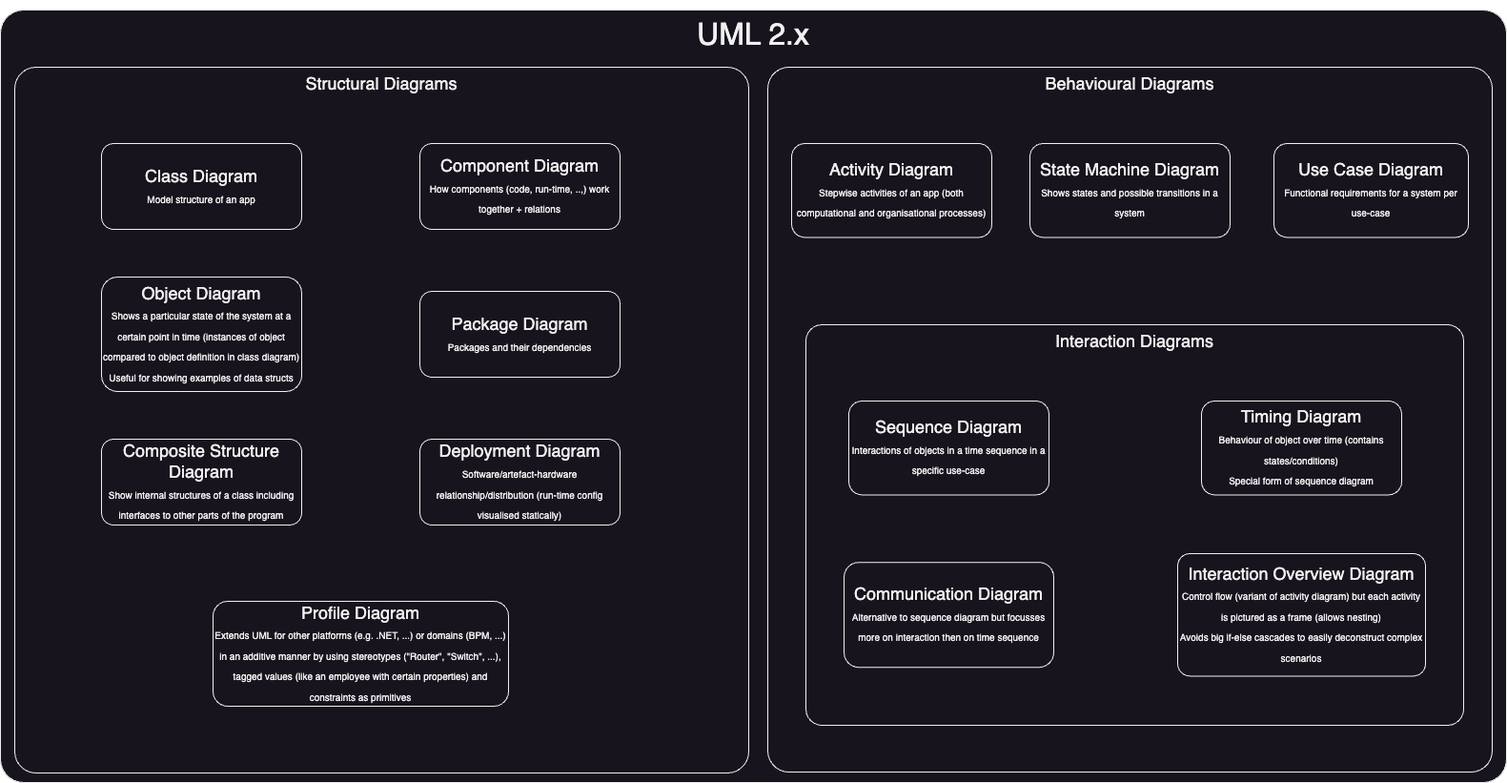
The draw.io diagram images/uml/uml-diagram-types.png in TeamFlowerPower/kb, before a commit. Source tidied: cells renumbered, new cells last; positions are measured from the earlier drawing's top-left corner, leaving out a move shared by most shapes.
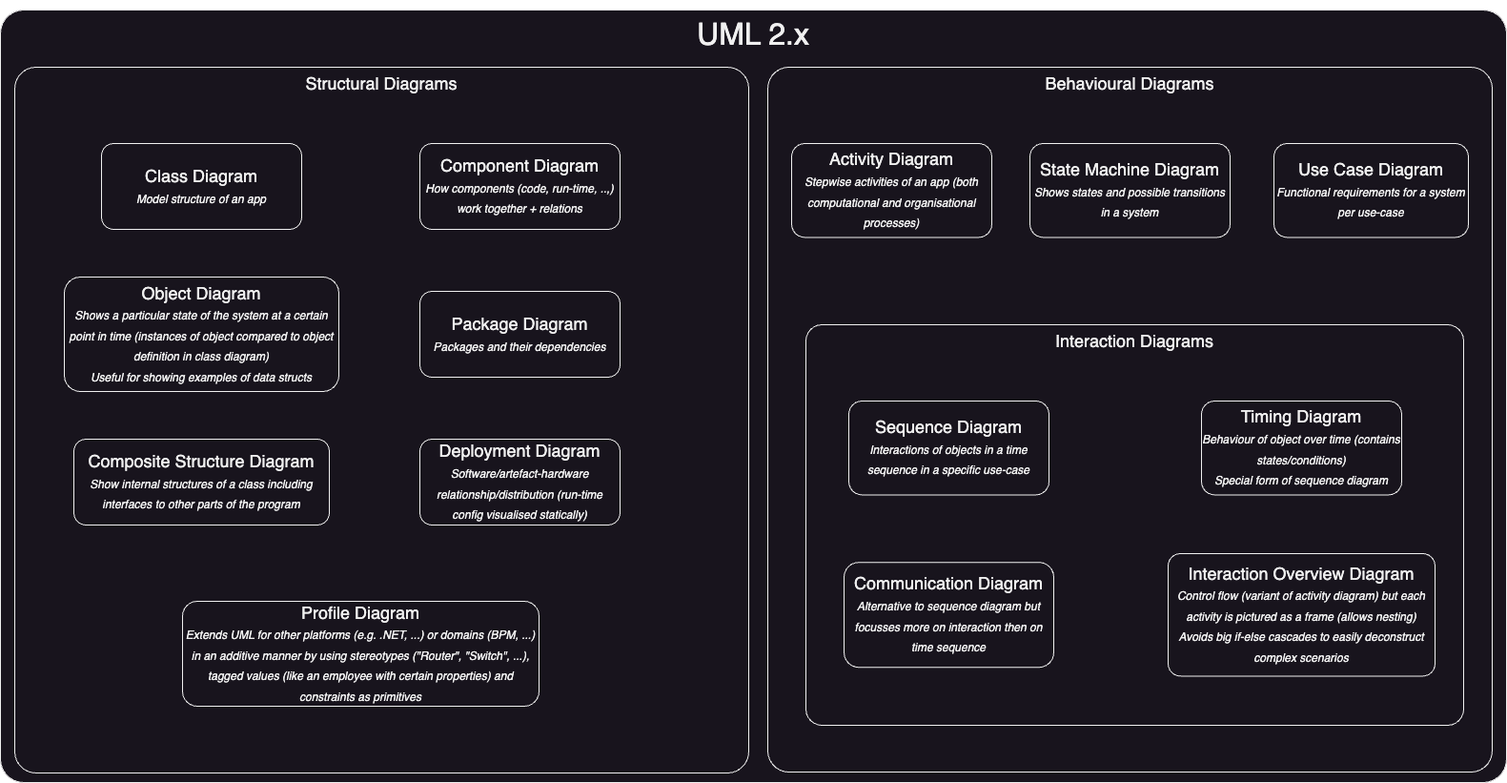
The same diagram one commit later.

Commit message:
Increase fonts

Change to the diagram source:
```diff
@@ -11,52 +11,52 @@
     <mxCell id="4" value="Structural Diagrams" style="rounded=1;whiteSpace=wrap;html=1;arcSize=3;verticalAlign=top;fontSize=18;" parent="1" vertex="1">
       <mxGeometry x="15" y="70" width="770" height="740" as="geometry" />
     </mxCell>
-    <mxCell id="5" value="Composite Structure Diagram&lt;br&gt;&lt;font style=&quot;font-size: 10px;&quot;&gt;Show internal structures of a class including interfaces to other parts of the program&lt;/font&gt;" style="rounded=1;whiteSpace=wrap;html=1;arcSize=14;fontSize=18;" parent="1" vertex="1">
-      <mxGeometry x="106" y="460" width="210" height="90" as="geometry" />
+    <mxCell id="5" value="Composite Structure Diagram&lt;br&gt;&lt;font style=&quot;font-size: 12px;&quot;&gt;&lt;i&gt;Show internal structures of a class including interfaces to other parts of the program&lt;/i&gt;&lt;/font&gt;" style="rounded=1;whiteSpace=wrap;html=1;arcSize=14;fontSize=18;" parent="1" vertex="1">
+      <mxGeometry x="77" y="460" width="268" height="90" as="geometry" />
     </mxCell>
-    <mxCell id="6" value="Deployment Diagram&lt;br&gt;&lt;font style=&quot;font-size: 10px;&quot;&gt;Software/artefact-hardware &lt;font style=&quot;font-size: 10px;&quot;&gt;relationship/distribution (run-time config visualised statically)&lt;/font&gt;&lt;/font&gt;" style="rounded=1;whiteSpace=wrap;html=1;arcSize=14;fontSize=18;" parent="1" vertex="1">
+    <mxCell id="6" value="Deployment Diagram&lt;br&gt;&lt;font style=&quot;font-size: 12px;&quot;&gt;&lt;i&gt;Software/artefact-hardware &lt;font style=&quot;font-size: 12px;&quot;&gt;relationship/distribution (run-time config visualised statically)&lt;/font&gt;&lt;/i&gt;&lt;/font&gt;" style="rounded=1;whiteSpace=wrap;html=1;arcSize=14;fontSize=18;" parent="1" vertex="1">
       <mxGeometry x="440" y="460" width="210" height="90" as="geometry" />
     </mxCell>
-    <mxCell id="7" value="Package Diagram&lt;br&gt;&lt;font style=&quot;font-size: 10px;&quot;&gt;Packages and their dependencies&lt;/font&gt;" style="rounded=1;whiteSpace=wrap;html=1;arcSize=14;fontSize=18;" parent="1" vertex="1">
+    <mxCell id="7" value="Package Diagram&lt;br&gt;&lt;font style=&quot;font-size: 12px;&quot;&gt;&lt;i&gt;Packages and their dependencies&lt;/i&gt;&lt;/font&gt;" style="rounded=1;whiteSpace=wrap;html=1;arcSize=14;fontSize=18;" parent="1" vertex="1">
       <mxGeometry x="440" y="305" width="210" height="90" as="geometry" />
     </mxCell>
-    <mxCell id="8" value="Profile Diagram&lt;br&gt;&lt;font style=&quot;font-size: 10px;&quot;&gt;Extends UML for other platforms (e.g. .NET, ...) or domains (BPM, ...) in an additive manner by using stereotypes (&quot;Router&quot;, &quot;Switch&quot;, ...), tagged values (like an employee with certain properties) and constraints as primitives&lt;/font&gt;" style="rounded=1;whiteSpace=wrap;html=1;arcSize=14;fontSize=18;" parent="1" vertex="1">
-      <mxGeometry x="223" y="630" width="310" height="110" as="geometry" />
+    <mxCell id="8" value="Profile Diagram&lt;br&gt;&lt;font style=&quot;font-size: 12px;&quot;&gt;&lt;i&gt;Extends UML for other platforms (e.g. .NET, ...) or domains (BPM, ...) in an additive manner by using stereotypes (&quot;Router&quot;, &quot;Switch&quot;, ...), tagged values (like an employee with certain properties) and constraints as primitives&lt;/i&gt;&lt;/font&gt;" style="rounded=1;whiteSpace=wrap;html=1;arcSize=14;fontSize=18;" parent="1" vertex="1">
+      <mxGeometry x="191" y="630" width="374" height="110" as="geometry" />
     </mxCell>
-    <mxCell id="9" value="Class Diagram&lt;br&gt;&lt;font style=&quot;font-size: 10px;&quot;&gt;Model structure of an app&lt;/font&gt;" style="rounded=1;whiteSpace=wrap;html=1;arcSize=14;fontSize=18;" parent="1" vertex="1">
+    <mxCell id="9" value="Class Diagram&lt;br&gt;&lt;font style=&quot;font-size: 12px;&quot;&gt;&lt;i&gt;Model structure of an app&lt;/i&gt;&lt;/font&gt;" style="rounded=1;whiteSpace=wrap;html=1;arcSize=14;fontSize=18;" parent="1" vertex="1">
       <mxGeometry x="106" y="150" width="210" height="90" as="geometry" />
     </mxCell>
-    <mxCell id="10" value="Object Diagram&lt;br&gt;&lt;font style=&quot;font-size: 10px;&quot;&gt;Shows a particular state of the system at a certain point in time (instances of object compared to object definition in class diagram)&lt;br&gt;Useful for showing examples of data structs&lt;br&gt;&lt;/font&gt;" style="rounded=1;whiteSpace=wrap;html=1;arcSize=14;fontSize=18;" parent="1" vertex="1">
-      <mxGeometry x="106" y="290" width="210" height="120" as="geometry" />
+    <mxCell id="10" value="Object Diagram&lt;br&gt;&lt;font style=&quot;font-size: 12px;&quot;&gt;&lt;i&gt;Shows a particular state of the system at a certain point in time (instances of object compared to object definition in class diagram)&lt;br&gt;Useful for showing examples of data structs&lt;/i&gt;&lt;br&gt;&lt;/font&gt;" style="rounded=1;whiteSpace=wrap;html=1;arcSize=14;fontSize=18;" parent="1" vertex="1">
+      <mxGeometry x="67" y="290" width="288" height="120" as="geometry" />
     </mxCell>
-    <mxCell id="11" value="Component Diagram&lt;br&gt;&lt;font style=&quot;font-size: 10px;&quot;&gt;How components (code, run-time, ..,) work together + relations&lt;/font&gt;" style="rounded=1;whiteSpace=wrap;html=1;arcSize=14;fontSize=18;" parent="1" vertex="1">
+    <mxCell id="11" value="Component Diagram&lt;br&gt;&lt;font style=&quot;font-size: 12px;&quot;&gt;&lt;i&gt;How components (code, run-time, ..,) work together + relations&lt;/i&gt;&lt;/font&gt;" style="rounded=1;whiteSpace=wrap;html=1;arcSize=14;fontSize=18;" parent="1" vertex="1">
       <mxGeometry x="440" y="150" width="210" height="90" as="geometry" />
     </mxCell>
     <mxCell id="12" value="Behavioural Diagrams" style="rounded=1;whiteSpace=wrap;html=1;arcSize=3;verticalAlign=top;fontSize=18;" parent="1" vertex="1">
       <mxGeometry x="805" y="70" width="760" height="739.1" as="geometry" />
     </mxCell>
-    <mxCell id="13" value="Activity Diagram&lt;br&gt;&lt;font style=&quot;font-size: 10px;&quot;&gt;Stepwise activities of an app (both computational and organisational processes)&lt;/font&gt;" style="rounded=1;whiteSpace=wrap;html=1;arcSize=14;fontSize=18;" parent="1" vertex="1">
+    <mxCell id="13" value="Activity Diagram&lt;br&gt;&lt;font style=&quot;font-size: 12px;&quot;&gt;&lt;i&gt;Stepwise activities of an app (both computational and organisational processes)&lt;/i&gt;&lt;/font&gt;" style="rounded=1;whiteSpace=wrap;html=1;arcSize=14;fontSize=18;" parent="1" vertex="1">
       <mxGeometry x="830" y="150" width="210" height="98.4" as="geometry" />
     </mxCell>
-    <mxCell id="14" value="Use Case Diagram&lt;br&gt;&lt;font style=&quot;font-size: 10px;&quot;&gt;Functional requirements for a system per use-case&lt;/font&gt;" style="rounded=1;whiteSpace=wrap;html=1;arcSize=14;fontSize=18;" parent="1" vertex="1">
+    <mxCell id="14" value="Use Case Diagram&lt;br&gt;&lt;font style=&quot;font-size: 12px;&quot;&gt;&lt;i&gt;Functional requirements for a system per use-case&lt;/i&gt;&lt;/font&gt;" style="rounded=1;whiteSpace=wrap;html=1;arcSize=14;fontSize=18;" parent="1" vertex="1">
       <mxGeometry x="1336" y="150" width="204" height="98.4" as="geometry" />
     </mxCell>
-    <mxCell id="15" value="State Machine Diagram&lt;br&gt;&lt;font style=&quot;font-size: 10px;&quot;&gt;Shows states and possible transitions in a system&lt;/font&gt;" style="rounded=1;whiteSpace=wrap;html=1;arcSize=14;fontSize=18;" parent="1" vertex="1">
+    <mxCell id="15" value="State Machine Diagram&lt;br&gt;&lt;font style=&quot;font-size: 12px;&quot;&gt;&lt;i&gt;Shows states and possible transitions in a system&lt;/i&gt;&lt;/font&gt;" style="rounded=1;whiteSpace=wrap;html=1;arcSize=14;fontSize=18;" parent="1" vertex="1">
       <mxGeometry x="1080" y="150" width="210" height="98.4" as="geometry" />
     </mxCell>
     <mxCell id="16" value="Interaction Diagrams" style="rounded=1;whiteSpace=wrap;html=1;arcSize=4;verticalAlign=top;fontSize=18;" parent="1" vertex="1">
       <mxGeometry x="845" y="340" width="690" height="420" as="geometry" />
     </mxCell>
-    <mxCell id="17" value="Sequence Diagram&lt;br&gt;&lt;font style=&quot;font-size: 10px;&quot;&gt;Interactions of objects in a time sequence in a specific use-case&lt;/font&gt;" style="rounded=1;whiteSpace=wrap;html=1;arcSize=14;fontSize=18;" parent="1" vertex="1">
+    <mxCell id="17" value="Sequence Diagram&lt;br&gt;&lt;font style=&quot;font-size: 12px;&quot;&gt;&lt;i&gt;Interactions of objects in a time sequence in a specific use-case&lt;/i&gt;&lt;/font&gt;" style="rounded=1;whiteSpace=wrap;html=1;arcSize=14;fontSize=18;" parent="1" vertex="1">
       <mxGeometry x="890" y="420" width="210" height="98.4" as="geometry" />
     </mxCell>
-    <mxCell id="18" value="Communication Diagram&lt;br&gt;&lt;font style=&quot;font-size: 10px;&quot;&gt;Alternative to sequence diagram but focusses more on interaction then on time sequence&lt;/font&gt;" style="rounded=1;whiteSpace=wrap;html=1;arcSize=14;fontSize=18;" parent="1" vertex="1">
+    <mxCell id="18" value="Communication Diagram&lt;br&gt;&lt;font style=&quot;font-size: 12px;&quot;&gt;&lt;i&gt;Alternative to sequence diagram but focusses more on interaction then on time sequence&lt;/i&gt;&lt;/font&gt;" style="rounded=1;whiteSpace=wrap;html=1;arcSize=14;fontSize=18;" parent="1" vertex="1">
       <mxGeometry x="885" y="589.2" width="220" height="110" as="geometry" />
     </mxCell>
-    <mxCell id="19" value="Interaction Overview Diagram&lt;br&gt;&lt;font style=&quot;font-size: 10px;&quot;&gt;Control flow (variant of activity diagram) but each activity is pictured as a frame (allows nesting)&lt;br&gt;Avoids big if-else cascades to easily deconstruct complex scenarios&lt;/font&gt;" style="rounded=1;whiteSpace=wrap;html=1;arcSize=10;fontSize=18;" parent="1" vertex="1">
-      <mxGeometry x="1235" y="580" width="260" height="128.4" as="geometry" />
+    <mxCell id="19" value="Interaction Overview Diagram&lt;br&gt;&lt;font style=&quot;font-size: 12px;&quot;&gt;&lt;i&gt;Control flow (variant of activity diagram) but each activity is pictured as a frame (allows nesting)&lt;br&gt;Avoids big if-else cascades to easily deconstruct complex scenarios&lt;/i&gt;&lt;/font&gt;" style="rounded=1;whiteSpace=wrap;html=1;arcSize=10;fontSize=18;" parent="1" vertex="1">
+      <mxGeometry x="1225" y="580" width="280" height="128.4" as="geometry" />
     </mxCell>
-    <mxCell id="20" value="Timing Diagram&lt;br&gt;&lt;font style=&quot;font-size: 10px;&quot;&gt;Behaviour of object over time (contains states/conditions)&lt;br&gt;Special form of sequence diagram&lt;/font&gt;" style="rounded=1;whiteSpace=wrap;html=1;arcSize=14;fontSize=18;" parent="1" vertex="1">
+    <mxCell id="20" value="Timing Diagram&lt;br&gt;&lt;font style=&quot;font-size: 12px;&quot;&gt;&lt;i&gt;Behaviour of object over time (contains states/conditions)&lt;br&gt;Special form of sequence diagram&lt;/i&gt;&lt;/font&gt;" style="rounded=1;whiteSpace=wrap;html=1;arcSize=14;fontSize=18;" parent="1" vertex="1">
       <mxGeometry x="1260" y="420" width="210" height="98.4" as="geometry" />
     </mxCell>
     <mxCell id="21" style="edgeStyle=orthogonalEdgeStyle;rounded=0;orthogonalLoop=1;jettySize=auto;html=1;exitX=0.5;exitY=1;exitDx=0;exitDy=0;" parent="1" edge="1" source="16" target="16">
```
